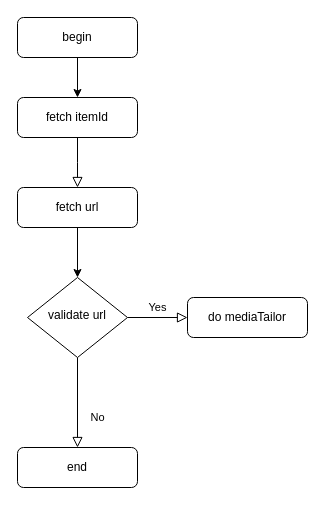
Above: update/rlaxx tv动态转码.drawio in stevezhouht/baiduCDP (draw.io), before the change. Source tidied: cells renumbered, new cells numbered last; positions are measured from the earlier drawing's top-left corner, leaving out a move shared by most shapes. Both pictures are drawn from the tidied source at 100%, with x=0, y=0 at pixel (17, 17).
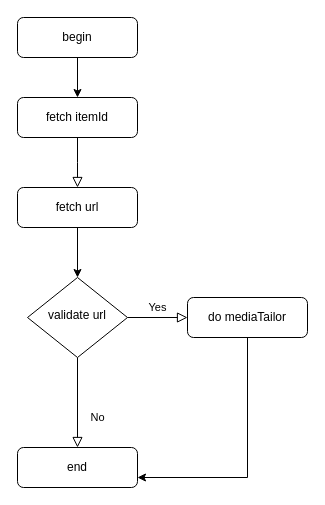
After the change.

Commit message:
更新rlaxx tv动态转码.drawio

The edit, as a diff of the source:
```diff
@@
 <mxGraphModel>
   <root>
     <mxCell id="0" />
     <mxCell id="1" parent="0" />
     <mxCell id="2" style="rounded=0;html=1;jettySize=auto;fontSize=11;endArrow=block;endFill=0;endSize=8;strokeWidth=1;shadow=0;labelBackgroundColor=none;edgeStyle=orthogonalEdgeStyle;" parent="1" edge="1" source="3">
       <mxGeometry relative="1" as="geometry">
         <mxPoint x="60" y="170" as="targetPoint" />
       </mxGeometry>
     </mxCell>
     <mxCell id="3" value="fetch itemId" style="rounded=1;whiteSpace=wrap;html=1;fontSize=12;glass=0;strokeWidth=1;shadow=0;" parent="1" vertex="1">
       <mxGeometry y="80" width="120" height="40" as="geometry" />
     </mxCell>
     <mxCell id="4" style="edgeStyle=orthogonalEdgeStyle;rounded=0;jettySize=auto;html=1;" parent="1" edge="1" source="5" target="8">
       <mxGeometry relative="1" as="geometry" />
     </mxCell>
     <mxCell id="5" value="fetch url" style="rounded=1;whiteSpace=wrap;html=1;fontSize=12;glass=0;strokeWidth=1;shadow=0;" parent="1" vertex="1">
       <mxGeometry y="170" width="120" height="40" as="geometry" />
     </mxCell>
     <mxCell id="6" value="No" style="rounded=0;html=1;jettySize=auto;fontSize=11;endArrow=block;endFill=0;endSize=8;strokeWidth=1;shadow=0;labelBackgroundColor=none;edgeStyle=orthogonalEdgeStyle;" parent="1" edge="1" source="8" target="9">
       <mxGeometry x="0.33" y="20" relative="1" as="geometry" />
     </mxCell>
     <mxCell id="7" value="Yes" style="edgeStyle=orthogonalEdgeStyle;rounded=0;html=1;jettySize=auto;fontSize=11;endArrow=block;endFill=0;endSize=8;strokeWidth=1;shadow=0;labelBackgroundColor=none;" parent="1" edge="1" source="8" target="10">
       <mxGeometry y="10" relative="1" as="geometry" />
     </mxCell>
     <mxCell id="8" value="validate url" style="rhombus;whiteSpace=wrap;html=1;shadow=0;fontFamily=Helvetica;fontSize=12;align=center;strokeWidth=1;spacing=6;spacingTop=-4;" parent="1" vertex="1">
       <mxGeometry x="10" y="260" width="100" height="80" as="geometry" />
     </mxCell>
     <mxCell id="9" value="end" style="rounded=1;whiteSpace=wrap;html=1;fontSize=12;glass=0;strokeWidth=1;shadow=0;" parent="1" vertex="1">
       <mxGeometry y="430" width="120" height="40" as="geometry" />
     </mxCell>
+    <mxCell id="13" style="edgeStyle=orthogonalEdgeStyle;rounded=0;jettySize=auto;html=1;entryX=1;entryY=0.75;entryDx=0;entryDy=0;" parent="1" edge="1" source="10" target="9">
+      <mxGeometry relative="1" as="geometry">
+        <Array as="points">
+          <mxPoint x="230" y="460" />
+        </Array>
+      </mxGeometry>
+    </mxCell>
     <mxCell id="10" value="do mediaTailor" style="rounded=1;whiteSpace=wrap;html=1;fontSize=12;glass=0;strokeWidth=1;shadow=0;" parent="1" vertex="1">
       <mxGeometry x="170" y="280" width="120" height="40" as="geometry" />
     </mxCell>
     <mxCell id="11" style="edgeStyle=orthogonalEdgeStyle;rounded=0;jettySize=auto;html=1;" parent="1" edge="1" source="12" target="3">
       <mxGeometry relative="1" as="geometry" />
     </mxCell>
     <mxCell id="12" value="begin" style="rounded=1;whiteSpace=wrap;html=1;fontSize=12;glass=0;strokeWidth=1;shadow=0;" parent="1" vertex="1">
       <mxGeometry width="120" height="40" as="geometry" />
     </mxCell>
   </root>
 </mxGraphModel>
```
